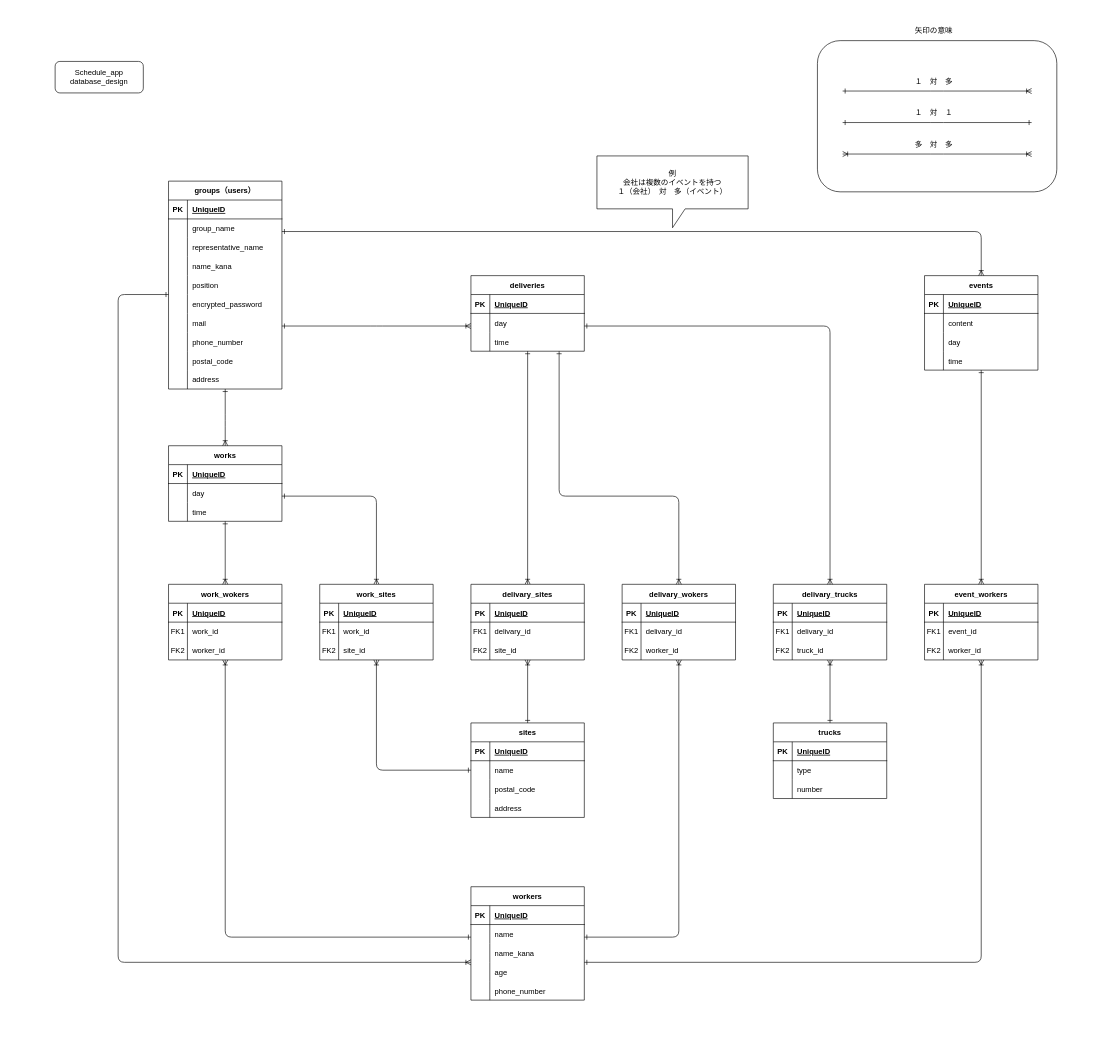
This is database.drawio from nagai-sho/schedule_app, a draw.io file, before an edit. Source tidied: cells renumbered, new cells numbered last; positions are measured from the earlier drawing's top-left corner, leaving out a move shared by most shapes. Both pictures are drawn from the tidied source at 63%, with x=0, y=0 at pixel (55, 21).
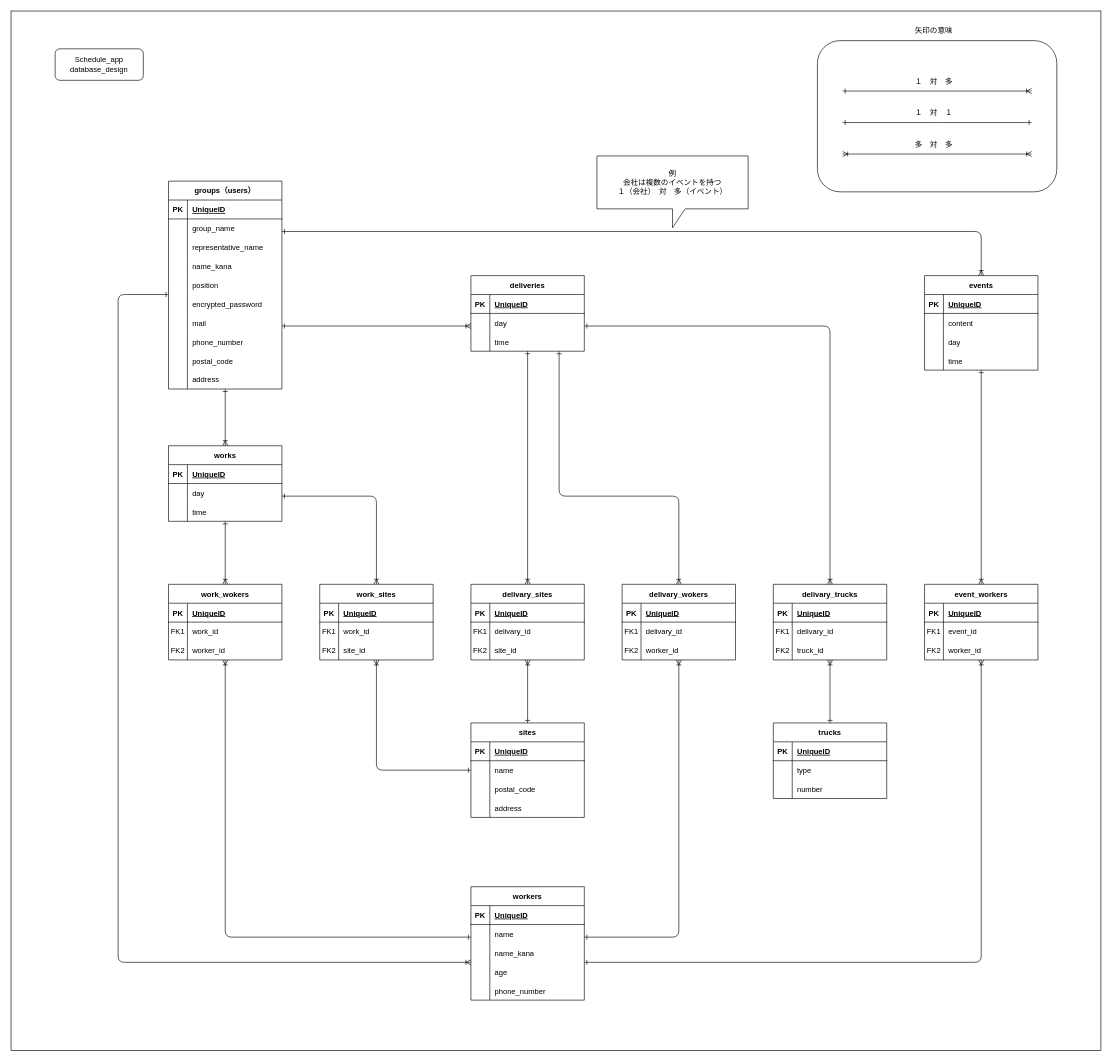
The same diagram, later.

What changed in the source:
```diff
@@
+    <mxCell id="193" style="rounded=0;whiteSpace=wrap;html=1;fillColor=none;" parent="1" vertex="1">
+      <mxGeometry x="-70" y="-17" width="1730" height="1650" as="geometry" />
+    </mxCell>
     <mxCell id="2" value="Schedule_app&lt;br&gt;database_design" style="rounded=1;whiteSpace=wrap;html=1;" parent="1" vertex="1">
-      <mxGeometry y="63" width="140" height="50" as="geometry" />
+      <mxGeometry y="43" width="140" height="50" as="geometry" />
     </mxCell>
```
